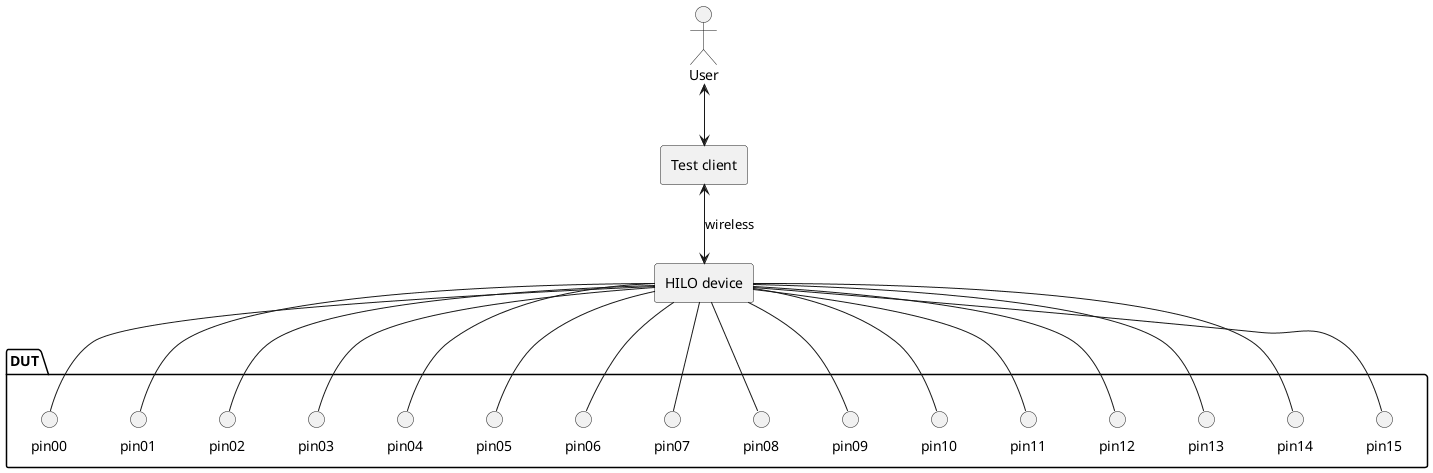
This is images/overviewDiagram.png from catinella/HILO, a PlantUML export, as it was before one commit. Source of this version:
```plantuml
@startuml

top to bottom direction

actor User as USR

rectangle "Test client" as TCL

rectangle "HILO device" as HILO

package "DUT" as DUT {
	circle "pin00" as DP00
	circle "pin01" as DP01
	circle "pin02" as DP02
	circle "pin03" as DP03
	circle "pin04" as DP04
	circle "pin05" as DP05
	circle "pin06" as DP06
	circle "pin07" as DP07
	circle "pin08" as DP08
	circle "pin09" as DP09
	circle "pin10" as DP10
	circle "pin11" as DP11
	circle "pin12" as DP12
	circle "pin13" as DP13
	circle "pin14" as DP14
	circle "pin15" as DP15
}

USR  <-down-> TCL
TCL  <-down-> HILO: wireless
HILO -down- DP00
HILO -down- DP01
HILO -down- DP02
HILO -down- DP03
HILO -down- DP04
HILO -down- DP05
HILO -down- DP06
HILO -down- DP07
HILO -down- DP08
HILO -down- DP09
HILO -down- DP10
HILO -down- DP11
HILO -down- DP12
HILO -down- DP13
HILO -down- DP14
HILO -down- DP15

@enduml
```
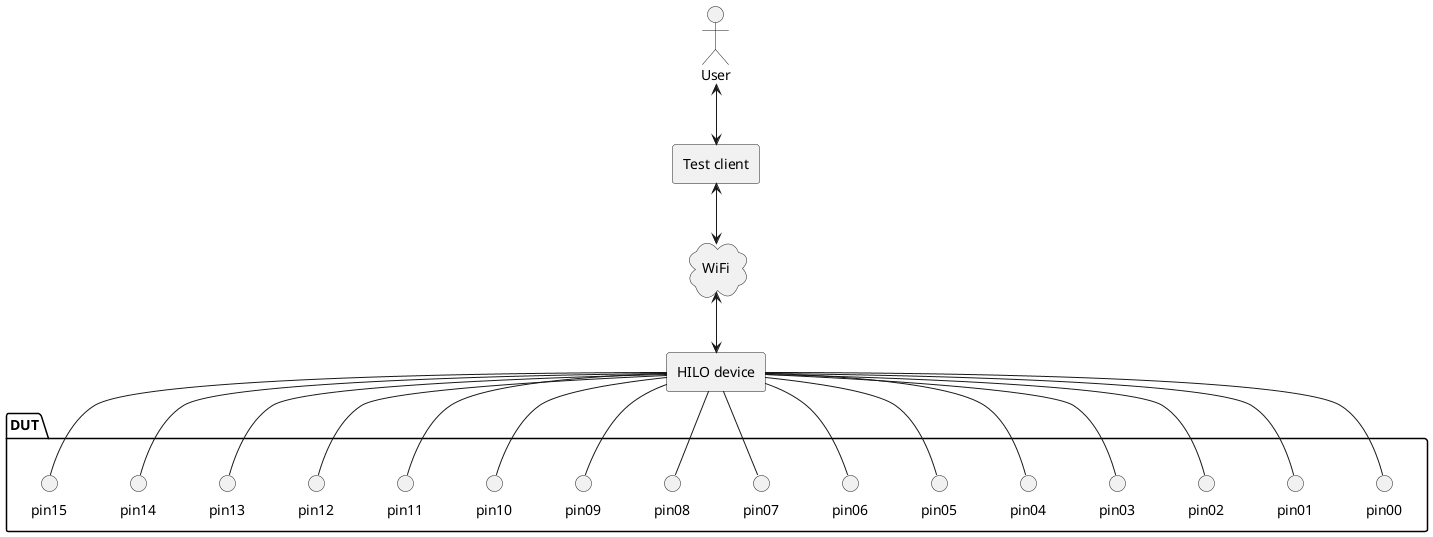
Above is the later version.

Change to the diagram source:
```diff
@@ -3,6 +3,8 @@
 top to bottom direction
 
 actor User as USR
+
+cloud "WiFi" AS WLAN
 
 rectangle "Test client" as TCL
 
@@ -28,7 +30,9 @@
 }
 
 USR  <-down-> TCL
-TCL  <-down-> HILO: wireless
+TCL  <-down-> WLAN
+WLAN <-down-> HILO
+
 HILO -down- DP00
 HILO -down- DP01
 HILO -down- DP02
```
